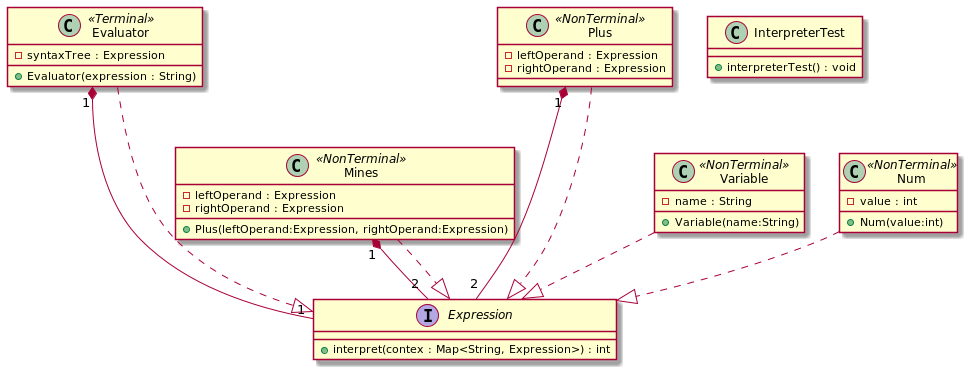
Above: src/main/java/com/rezahdrm/behavioral/interpreter/interpreterUML.png in reza-hdrm/DesignPatterns (PlantUML), before the change.
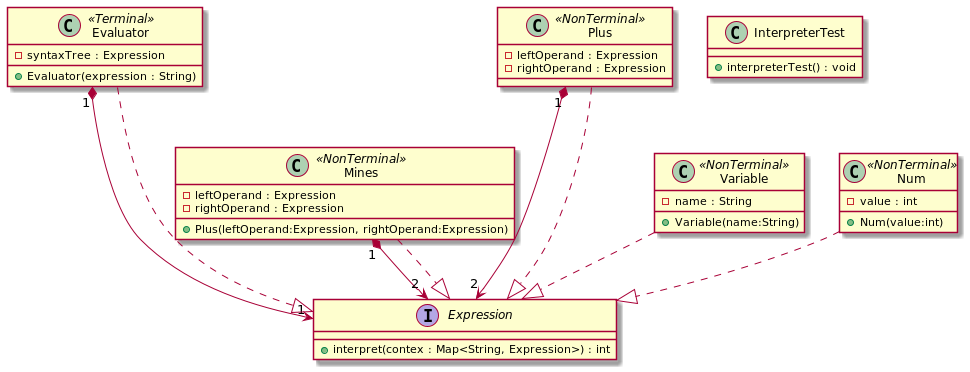
The same diagram one commit later.

Diff of the diagram source:
```diff
@@ -33,9 +33,9 @@
 }
 
 
-Evaluator "1"*--"1" Expression
-Mines "1"*--"2" Expression
-Plus "1"*--"2" Expression
+Evaluator "1"*-->"1" Expression
+Mines "1"*-->"2" Expression
+Plus "1"*-->"2" Expression
 Plus ...|> Expression
 Mines ..|> Expression
 Evaluator ...|> Expression
```
